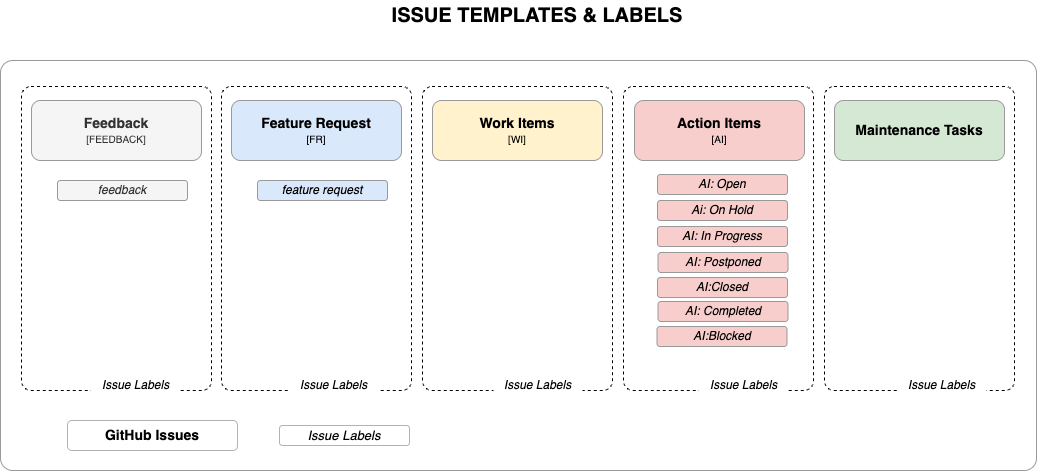
This is guidelines/images/FOCUS-Process-labels-issue-templates.drawio.png from FinOps-Open-Cost-and-Usage-Spec/FOCUS_Spec, a draw.io export, as it was before one commit. Source tidied: cells renumbered, new cells last; positions are measured from the earlier drawing's top-left corner, leaving out a move shared by most shapes.
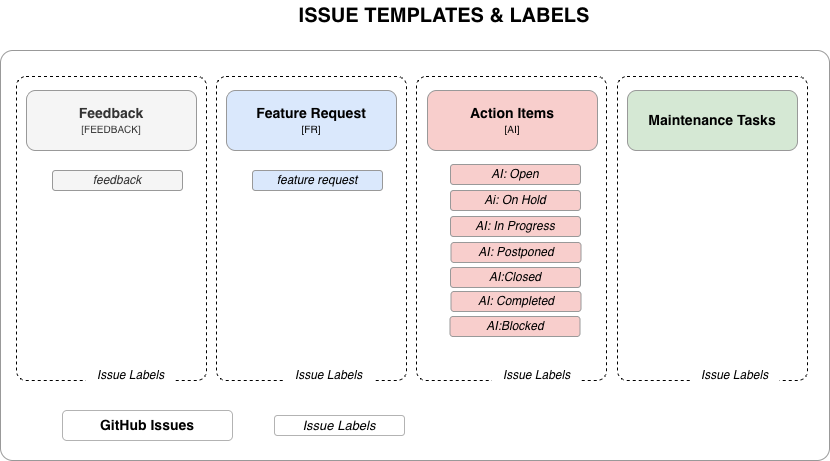
After the change.

Change to the diagram source:
```diff
@@ -3,29 +3,23 @@
     <mxCell id="0" />
     <mxCell id="1" parent="0" />
     <mxCell id="2" style="rounded=1;whiteSpace=wrap;html=1;fillColor=default;arcSize=3;strokeColor=#999999;" parent="1" vertex="1">
-      <mxGeometry y="60" width="1036" height="410" as="geometry" />
+      <mxGeometry x="207" y="60" width="829" height="410" as="geometry" />
     </mxCell>
     <mxCell id="3" style="rounded=1;whiteSpace=wrap;html=1;fillColor=default;dashed=1;arcSize=5;" parent="1" vertex="1">
       <mxGeometry x="824" y="86" width="190" height="304" as="geometry" />
     </mxCell>
-    <mxCell id="4" style="rounded=1;whiteSpace=wrap;html=1;fillColor=default;dashed=1;arcSize=5;" parent="1" vertex="1">
-      <mxGeometry x="422" y="86" width="190" height="304" as="geometry" />
-    </mxCell>
     <mxCell id="5" style="rounded=1;whiteSpace=wrap;html=1;fillColor=default;dashed=1;arcSize=5;" parent="1" vertex="1">
-      <mxGeometry x="221" y="86" width="190" height="304" as="geometry" />
+      <mxGeometry x="423" y="86" width="190" height="304" as="geometry" />
     </mxCell>
     <mxCell id="6" style="rounded=1;whiteSpace=wrap;html=1;fillColor=default;dashed=1;arcSize=5;" parent="1" vertex="1">
-      <mxGeometry x="21" y="86" width="190" height="304" as="geometry" />
+      <mxGeometry x="223" y="86" width="190" height="304" as="geometry" />
     </mxCell>
     <mxCell id="7" style="rounded=1;whiteSpace=wrap;html=1;fillColor=default;dashed=1;arcSize=5;" parent="1" vertex="1">
       <mxGeometry x="623" y="86" width="190" height="304" as="geometry" />
     </mxCell>
     <mxCell id="8" value="&lt;b&gt;&lt;font style=&quot;font-size: 14px;&quot;&gt;Feedback&lt;/font&gt;&lt;/b&gt;&lt;div&gt;&lt;font style=&quot;font-size: 10px;&quot;&gt;[FEEDBACK]&lt;/font&gt;&lt;/div&gt;" style="rounded=1;whiteSpace=wrap;html=1;fillColor=#f5f5f5;fontColor=#333333;strokeColor=#999999;" parent="1" vertex="1">
-      <mxGeometry x="31" y="100" width="170" height="60" as="geometry" />
+      <mxGeometry x="233" y="100" width="170" height="60" as="geometry" />
     </mxCell>
-    <mxCell id="9" value="&lt;font style=&quot;font-size: 14px;&quot;&gt;&lt;b&gt;Work Items&lt;/b&gt;&lt;/font&gt;&lt;div&gt;&lt;font style=&quot;font-size: 10px;&quot;&gt;[WI]&lt;/font&gt;&lt;/div&gt;" style="rounded=1;whiteSpace=wrap;html=1;fillColor=#fff2cc;strokeColor=#999999;" parent="1" vertex="1">
-      <mxGeometry x="432" y="100" width="170" height="60" as="geometry" />
-    </mxCell>
     <mxCell id="10" value="&lt;b&gt;&lt;font style=&quot;font-size: 14px;&quot;&gt;Action Items&lt;/font&gt;&lt;/b&gt;&lt;div&gt;&lt;span style=&quot;background-color: transparent; color: light-dark(rgb(0, 0, 0), rgb(255, 255, 255));&quot;&gt;&lt;font style=&quot;font-size: 10px;&quot;&gt;[AI]&lt;/font&gt;&lt;/span&gt;&lt;/div&gt;" style="rounded=1;whiteSpace=wrap;html=1;fillColor=#f8cecc;strokeColor=#999999;" parent="1" vertex="1">
       <mxGeometry x="634" y="100" width="170" height="60" as="geometry" />
     </mxCell>
@@ -33,7 +27,7 @@
       <mxGeometry x="834" y="100" width="170" height="60" as="geometry" />
     </mxCell>
     <mxCell id="12" value="&lt;b&gt;&lt;font style=&quot;font-size: 14px;&quot;&gt;Feature Request&lt;/font&gt;&lt;/b&gt;&lt;div&gt;&lt;span style=&quot;font-size: 10px;&quot;&gt;[FR]&lt;/span&gt;&lt;/div&gt;" style="rounded=1;whiteSpace=wrap;html=1;fillColor=#dae8fc;strokeColor=#999999;" parent="1" vertex="1">
-      <mxGeometry x="231" y="100" width="170" height="60" as="geometry" />
+      <mxGeometry x="433" y="100" width="170" height="60" as="geometry" />
     </mxCell>
     <mxCell id="13" value="&lt;i&gt;AI: Open&lt;/i&gt;" style="rounded=1;whiteSpace=wrap;html=1;fillColor=#f8cecc;strokeColor=#999999;" parent="1" vertex="1">
       <mxGeometry x="657" y="174" width="130" height="20" as="geometry" />
@@ -57,13 +51,13 @@
       <mxGeometry x="657.5" y="252" width="130" height="20" as="geometry" />
     </mxCell>
     <mxCell id="20" value="feedback" style="rounded=1;whiteSpace=wrap;html=1;fillColor=#f5f5f5;fontColor=#333333;strokeColor=#999999;fontStyle=2;" parent="1" vertex="1">
-      <mxGeometry x="57" y="180" width="130" height="20" as="geometry" />
+      <mxGeometry x="259" y="180" width="130" height="20" as="geometry" />
     </mxCell>
     <mxCell id="21" value="feature request" style="rounded=1;whiteSpace=wrap;html=1;fillColor=#dae8fc;strokeColor=#999999;fontStyle=2;" parent="1" vertex="1">
-      <mxGeometry x="257" y="180" width="130" height="20" as="geometry" />
+      <mxGeometry x="459" y="180" width="130" height="20" as="geometry" />
     </mxCell>
     <mxCell id="22" value="&lt;b&gt;&lt;font style=&quot;font-size: 20px;&quot;&gt;ISSUE TEMPLATES &amp;amp; LABELS&lt;/font&gt;&lt;/b&gt;" style="text;html=1;align=center;verticalAlign=middle;whiteSpace=wrap;rounded=0;" parent="1" vertex="1">
-      <mxGeometry x="367" width="340" height="30" as="geometry" />
+      <mxGeometry x="481" y="10" width="340" height="30" as="geometry" />
     </mxCell>
     <mxCell id="23" value="Issue Labels" style="text;html=1;align=center;verticalAlign=middle;whiteSpace=wrap;rounded=0;fillColor=default;fontStyle=2;" parent="1" vertex="1">
       <mxGeometry x="698.5" y="370" width="89" height="30" as="geometry" />
@@ -72,19 +66,16 @@
       <mxGeometry x="897" y="370" width="89" height="30" as="geometry" />
     </mxCell>
     <mxCell id="25" value="Issue Labels" style="text;html=1;align=center;verticalAlign=middle;whiteSpace=wrap;rounded=0;fillColor=default;fontStyle=2;" parent="1" vertex="1">
-      <mxGeometry x="90.5" y="370" width="89" height="30" as="geometry" />
+      <mxGeometry x="292.5" y="370" width="89" height="30" as="geometry" />
     </mxCell>
     <mxCell id="26" value="Issue Labels" style="text;html=1;align=center;verticalAlign=middle;whiteSpace=wrap;rounded=0;fillColor=default;fontStyle=2;" parent="1" vertex="1">
-      <mxGeometry x="289" y="370" width="89" height="30" as="geometry" />
+      <mxGeometry x="491" y="370" width="89" height="30" as="geometry" />
     </mxCell>
-    <mxCell id="27" value="Issue Labels" style="text;html=1;align=center;verticalAlign=middle;whiteSpace=wrap;rounded=0;fillColor=default;fontStyle=2;" parent="1" vertex="1">
-      <mxGeometry x="493" y="370" width="89" height="30" as="geometry" />
-    </mxCell>
     <mxCell id="28" value="&lt;b&gt;&lt;font style=&quot;font-size: 14px;&quot;&gt;GitHub Issues&lt;/font&gt;&lt;/b&gt;" style="rounded=1;whiteSpace=wrap;html=1;strokeColor=#B3B3B3;" parent="1" vertex="1">
-      <mxGeometry x="67" y="420" width="170" height="30" as="geometry" />
+      <mxGeometry x="269" y="420" width="170" height="30" as="geometry" />
     </mxCell>
     <mxCell id="29" value="&lt;span style=&quot;font-size: 13px;&quot;&gt;&lt;i&gt;Issue Labels&lt;/i&gt;&lt;/span&gt;" style="rounded=1;whiteSpace=wrap;html=1;strokeColor=#B3B3B3;" parent="1" vertex="1">
-      <mxGeometry x="279" y="425" width="130" height="20" as="geometry" />
+      <mxGeometry x="481" y="425" width="130" height="20" as="geometry" />
     </mxCell>
   </root>
 </mxGraphModel>
```
